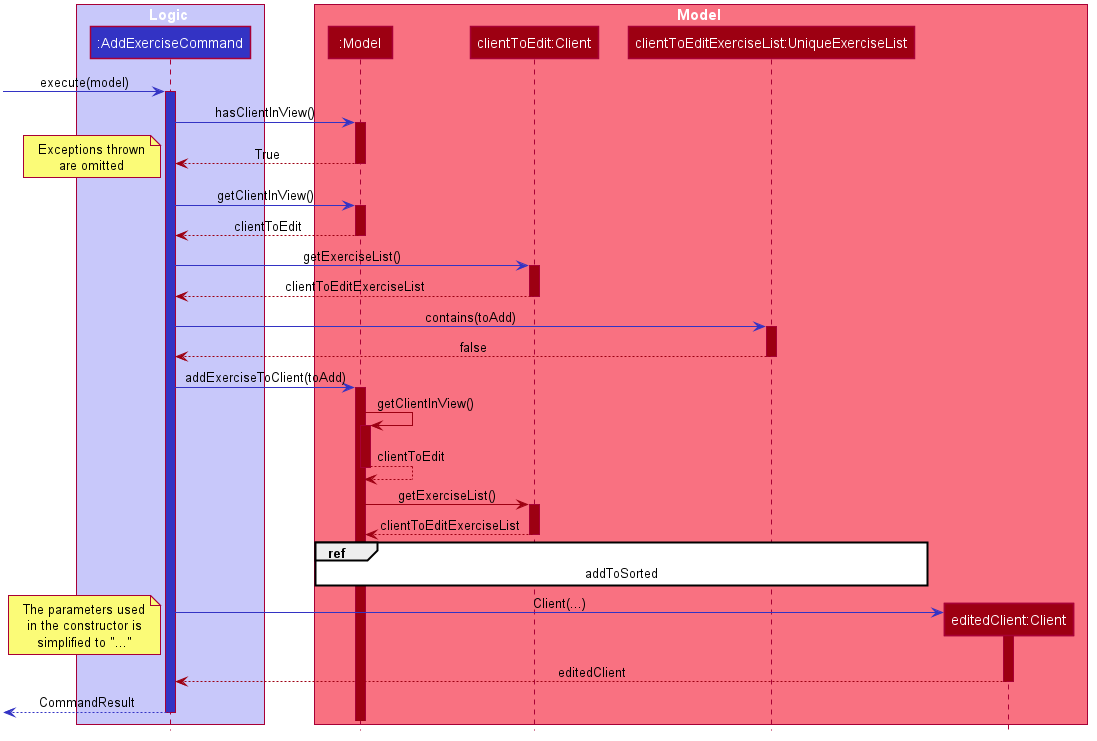
Earlier version of the PlantUML export docs/images/AddExerciseCommandSequenceDiagram.png (nus-cs2103-AY1920S2/addressbook-level3).
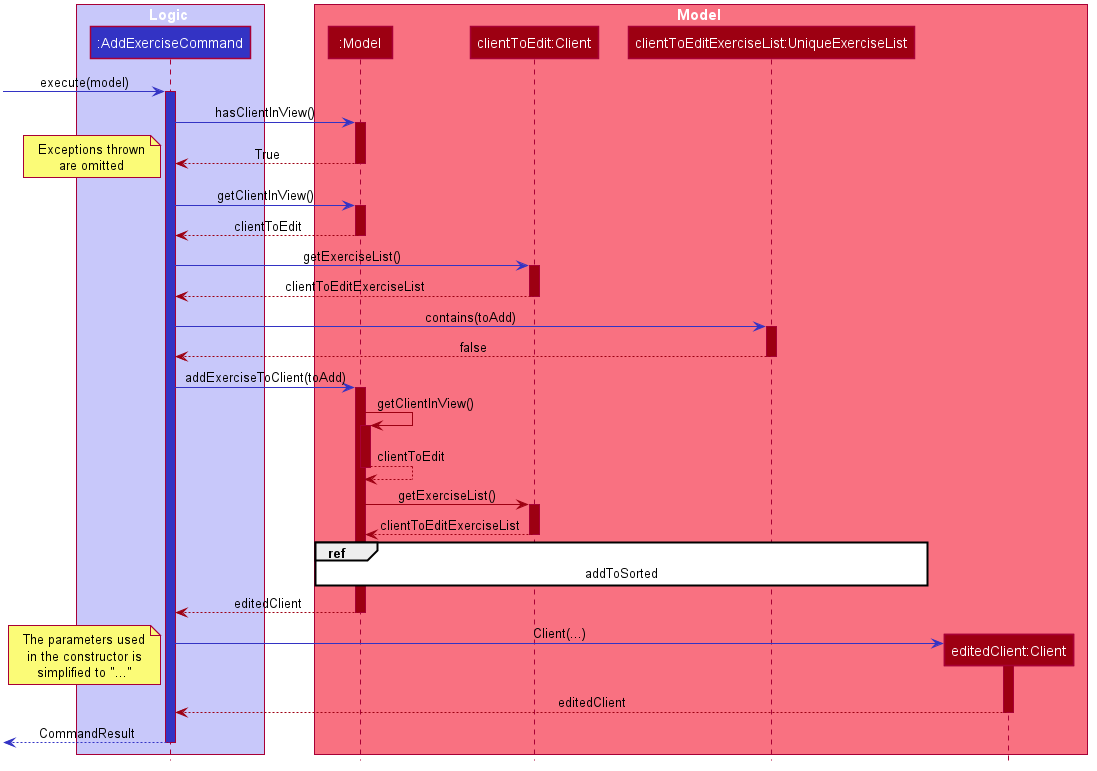
Later version of the same file.

The edit, as a diff of the source:
```diff
@@ -103,6 +103,9 @@
     addToSorted
 end ref
 
+model -[#9D0012]-> AddExerciseCommand : editedClient
+deactivate model
+
 AddExerciseCommand -[#3333C4]> client2 ** : Client(...)
 note left
 The parameters used
```
